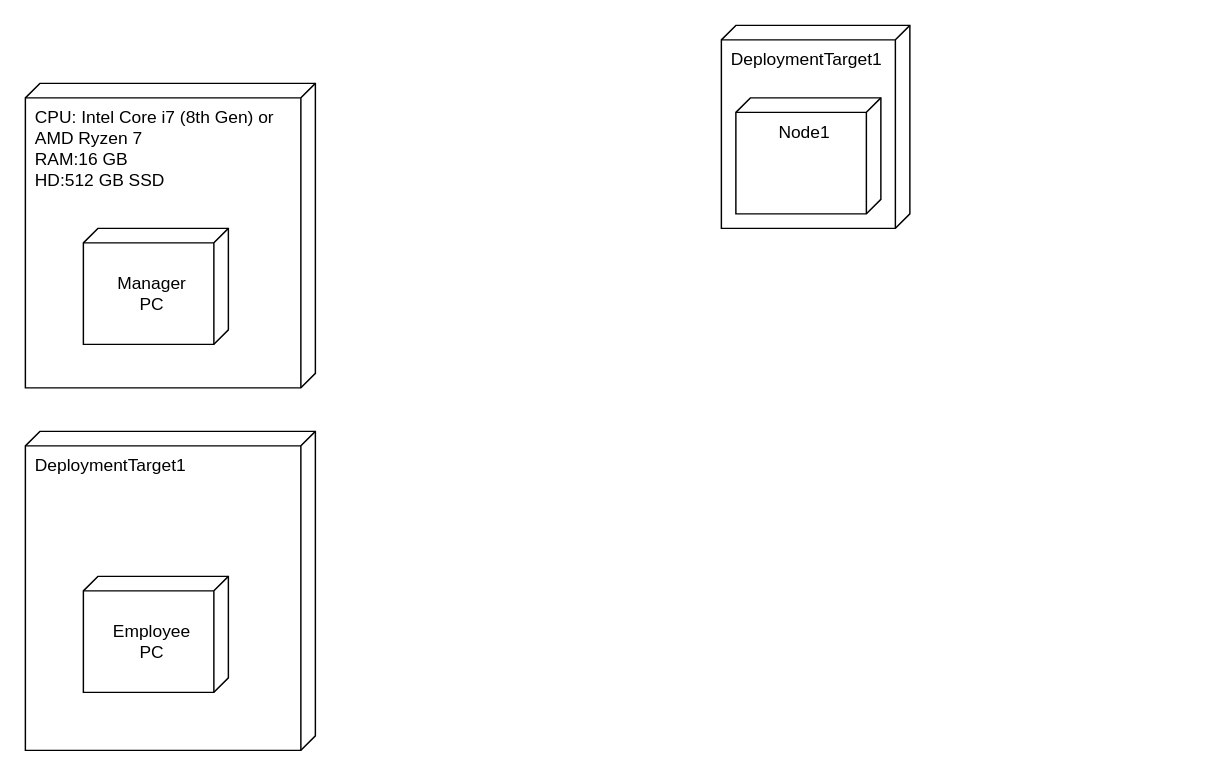
MohammadJarrar1201726/SoftwareDiagrams keeps this draw.io diagram as DeployementDiagram.drawio. Above is the earlier version. Source tidied: cells renumbered, new cells numbered last; positions are measured from the earlier drawing's top-left corner, leaving out a move shared by most shapes. Both pictures are drawn from the tidied source at 145%, with x=0, y=0 at pixel (25, 25).
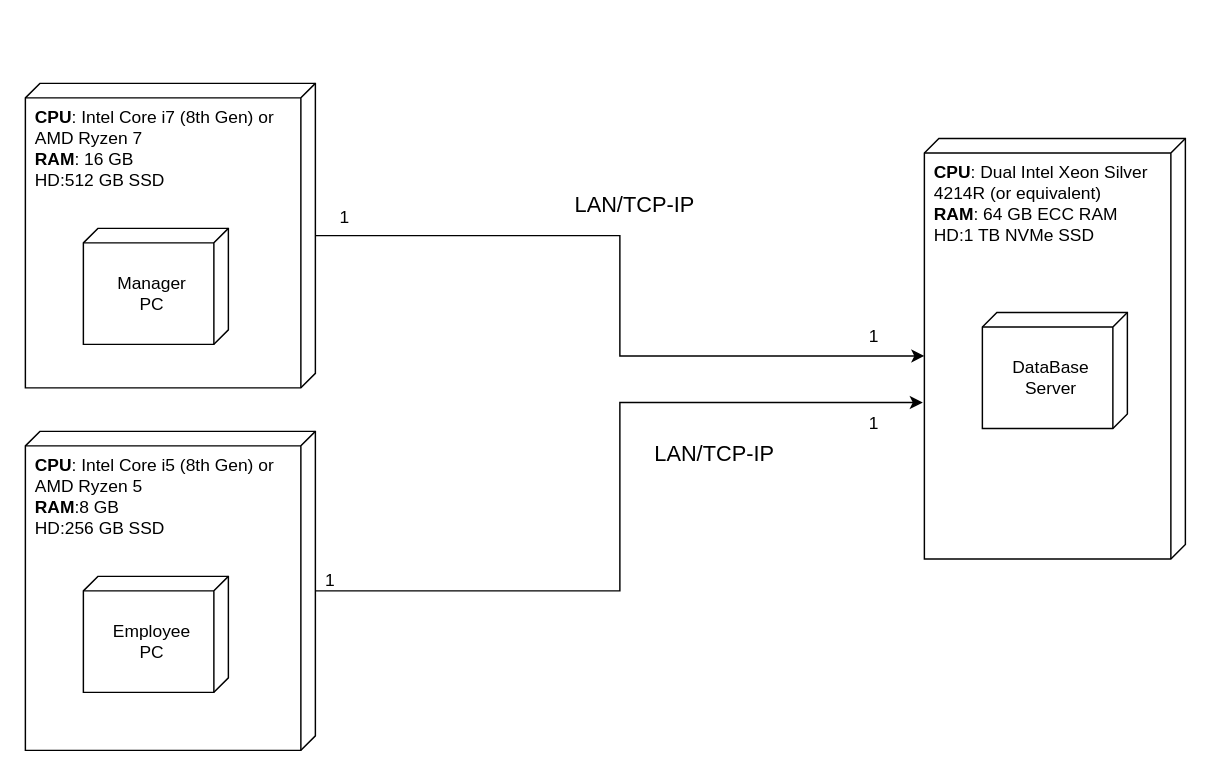
Above is the later version.

The edit, as a diff of the source:
```diff
@@
 <mxGraphModel>
   <root>
     <mxCell id="0" />
     <mxCell id="1" parent="0" />
-    <mxCell id="2" value="CPU: Intel Core i7 (8th Gen) or AMD Ryzen 7&lt;div&gt;&lt;div&gt;RAM:16 GB&lt;br&gt;HD:512 GB SSD&lt;/div&gt;&lt;div&gt;&lt;br&gt;&lt;/div&gt;&lt;/div&gt;" style="verticalAlign=top;align=left;shape=cube;size=10;direction=south;fontStyle=0;html=1;boundedLbl=1;spacingLeft=5;whiteSpace=wrap;" parent="1" vertex="1">
+    <mxCell id="2" value="&lt;strong&gt;CPU&lt;/strong&gt;:&amp;nbsp;Intel Core i7 (8th Gen) or AMD Ryzen 7&lt;br&gt;&lt;div&gt;&lt;strong style=&quot;background-color: initial;&quot;&gt;RAM&lt;/strong&gt;&lt;span style=&quot;background-color: initial;&quot;&gt;:&amp;nbsp;&lt;/span&gt;&lt;span style=&quot;background-color: initial;&quot;&gt;16 GB&lt;/span&gt;&lt;/div&gt;&lt;div&gt;&lt;div&gt;&lt;div&gt;HD:512 GB SSD&lt;/div&gt;&lt;div&gt;&lt;br&gt;&lt;/div&gt;&lt;/div&gt;&lt;/div&gt;" style="verticalAlign=top;align=left;shape=cube;size=10;direction=south;fontStyle=0;html=1;boundedLbl=1;spacingLeft=5;whiteSpace=wrap;" parent="1" vertex="1">
       <mxGeometry y="40" width="200" height="210" as="geometry" />
     </mxCell>
     <mxCell id="3" value="&lt;div&gt;&lt;br&gt;&lt;/div&gt;Manager&lt;br&gt;PC" style="verticalAlign=top;align=center;shape=cube;size=10;direction=south;html=1;boundedLbl=1;spacingLeft=5;whiteSpace=wrap;" parent="2" vertex="1">
       <mxGeometry width="100" height="80" relative="1" as="geometry">
         <mxPoint x="40" y="100" as="offset" />
       </mxGeometry>
     </mxCell>
-    <mxCell id="4" value="DeploymentTarget1" style="verticalAlign=top;align=left;shape=cube;size=10;direction=south;fontStyle=0;html=1;boundedLbl=1;spacingLeft=5;whiteSpace=wrap;" parent="1" vertex="1">
-      <mxGeometry x="480" width="130" height="140" as="geometry" />
+    <mxCell id="4" value="&lt;strong&gt;CPU&lt;/strong&gt;: Dual Intel Xeon Silver 4214R (or equivalent)&lt;br&gt;&lt;strong&gt;RAM&lt;/strong&gt;: 64 GB ECC RAM&lt;br&gt;HD:1 TB NVMe SSD&amp;nbsp;" style="verticalAlign=top;align=left;shape=cube;size=10;direction=south;fontStyle=0;html=1;boundedLbl=1;spacingLeft=5;whiteSpace=wrap;" parent="1" vertex="1">
+      <mxGeometry x="620" y="78" width="180" height="290" as="geometry" />
     </mxCell>
-    <mxCell id="5" value="Node1" style="verticalAlign=top;align=center;shape=cube;size=10;direction=south;html=1;boundedLbl=1;spacingLeft=5;whiteSpace=wrap;" parent="4" vertex="1">
+    <mxCell id="5" value="&lt;br&gt;DataBase&lt;br&gt;Server" style="verticalAlign=top;align=center;shape=cube;size=10;direction=south;html=1;boundedLbl=1;spacingLeft=5;whiteSpace=wrap;" parent="4" vertex="1">
       <mxGeometry width="100" height="80" relative="1" as="geometry">
-        <mxPoint x="10" y="50" as="offset" />
+        <mxPoint x="40" y="120" as="offset" />
       </mxGeometry>
     </mxCell>
-    <mxCell id="6" value="DeploymentTarget1" style="verticalAlign=top;align=left;shape=cube;size=10;direction=south;fontStyle=0;html=1;boundedLbl=1;spacingLeft=5;whiteSpace=wrap;" parent="1" vertex="1">
+    <mxCell id="6" value="&lt;strong&gt;CPU&lt;/strong&gt;:&amp;nbsp;Intel Core i5 (8th Gen) or AMD Ryzen 5&lt;br&gt;&lt;strong&gt;RAM&lt;/strong&gt;:8 GB&lt;br&gt;HD:256 GB SSD" style="verticalAlign=top;align=left;shape=cube;size=10;direction=south;fontStyle=0;html=1;boundedLbl=1;spacingLeft=5;whiteSpace=wrap;" parent="1" vertex="1">
       <mxGeometry y="280" width="200" height="220" as="geometry" />
     </mxCell>
     <mxCell id="7" value="&lt;br&gt;Employee&lt;br&gt;PC" style="verticalAlign=top;align=center;shape=cube;size=10;direction=south;html=1;boundedLbl=1;spacingLeft=5;whiteSpace=wrap;" parent="6" vertex="1">
       <mxGeometry width="100" height="80" relative="1" as="geometry">
         <mxPoint x="40" y="100" as="offset" />
       </mxGeometry>
     </mxCell>
+    <mxCell id="8" style="edgeStyle=orthogonalEdgeStyle;rounded=0;jettySize=auto;html=1;entryX=0;entryY=0;entryDx=150;entryDy=180;entryPerimeter=0;" parent="1" edge="1" source="2" target="4">
+      <mxGeometry relative="1" as="geometry" />
+    </mxCell>
+    <mxCell id="9" style="edgeStyle=orthogonalEdgeStyle;rounded=0;jettySize=auto;html=1;entryX=0.628;entryY=1.006;entryDx=0;entryDy=0;entryPerimeter=0;" parent="1" edge="1" source="6" target="4">
+      <mxGeometry relative="1" as="geometry" />
+    </mxCell>
+    <mxCell id="10" value="1" style="text;html=1;align=center;verticalAlign=middle;strokeColor=none;fillColor=none;" parent="1" vertex="1">
+      <mxGeometry x="205" y="118" width="30" height="30" as="geometry" />
+    </mxCell>
+    <mxCell id="11" value="1" style="text;html=1;align=center;verticalAlign=middle;strokeColor=none;fillColor=none;" parent="1" vertex="1">
+      <mxGeometry x="195" y="368" width="30" height="30" as="geometry" />
+    </mxCell>
+    <mxCell id="12" value="1" style="text;html=1;align=center;verticalAlign=middle;strokeColor=none;fillColor=none;" parent="1" vertex="1">
+      <mxGeometry x="570" y="200" width="30" height="30" as="geometry" />
+    </mxCell>
+    <mxCell id="13" value="1" style="text;html=1;align=center;verticalAlign=middle;strokeColor=none;fillColor=none;" parent="1" vertex="1">
+      <mxGeometry x="570" y="260" width="30" height="30" as="geometry" />
+    </mxCell>
+    <mxCell id="14" value="LAN/TCP-IP" style="text;html=1;align=center;verticalAlign=middle;strokeColor=none;fillColor=none;fontSize=15;" parent="1" vertex="1">
+      <mxGeometry x="375" y="108" width="90" height="30" as="geometry" />
+    </mxCell>
+    <mxCell id="15" value="LAN/TCP-IP" style="text;html=1;align=center;verticalAlign=middle;strokeColor=none;fillColor=none;fontSize=15;" parent="1" vertex="1">
+      <mxGeometry x="430" y="280" width="90" height="30" as="geometry" />
+    </mxCell>
   </root>
 </mxGraphModel>
```
